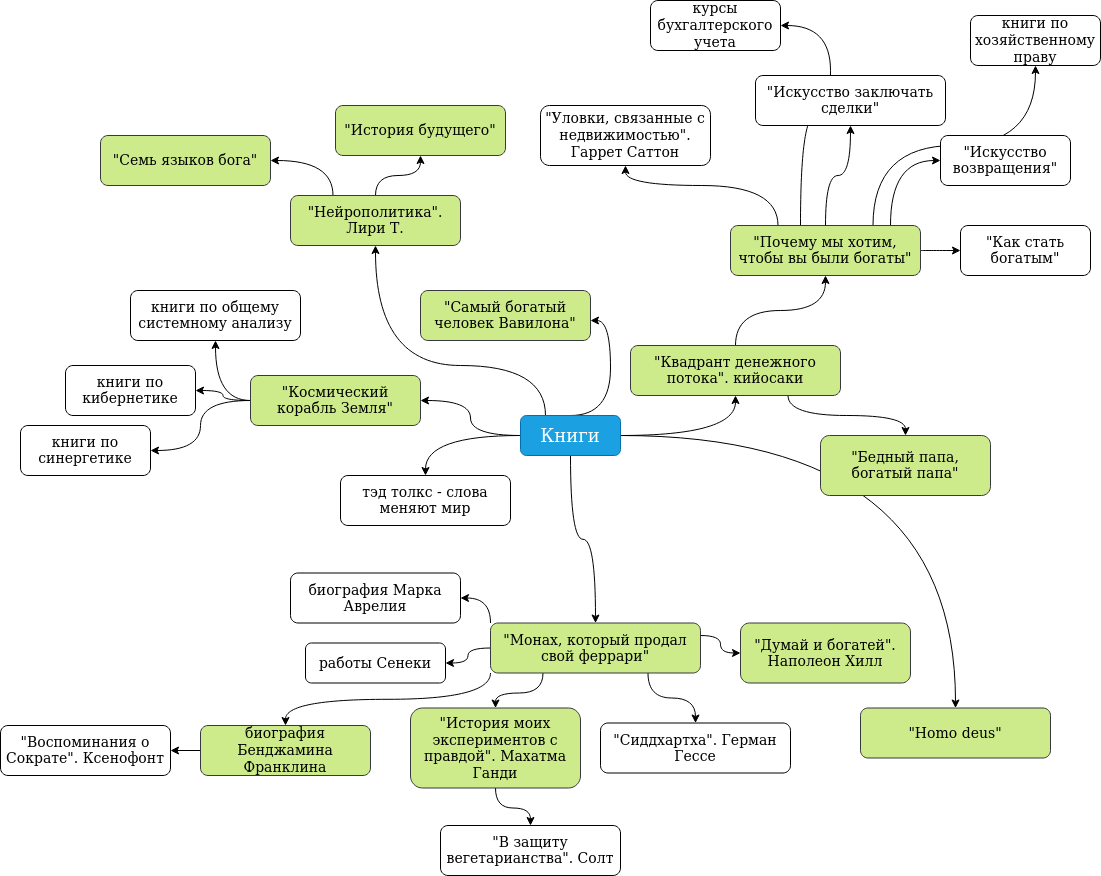
Above: books.png in Sagleft/book-mindmaps (draw.io), before the change. Source tidied: cells renumbered, new cells last; positions are measured from the earlier drawing's top-left corner, leaving out a move shared by most shapes.
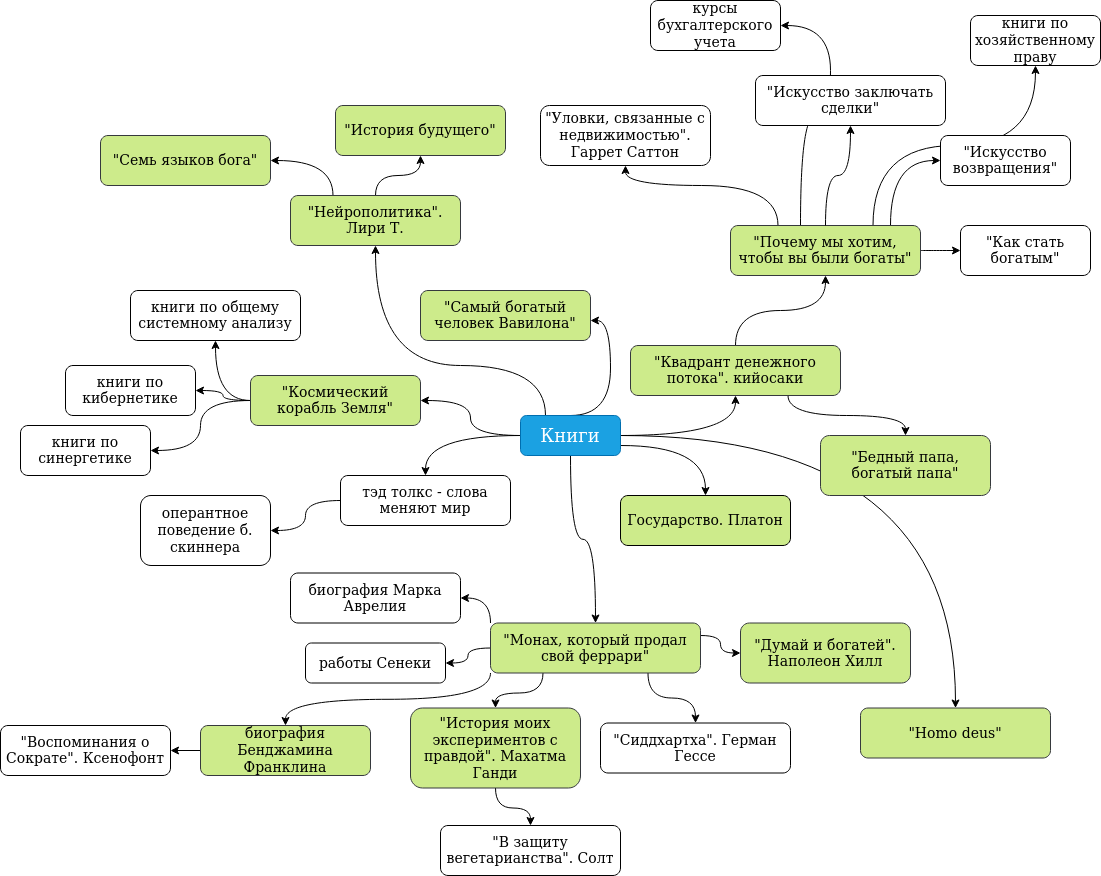
Later version of the same file.

What changed in the source:
```diff
@@ -33,6 +33,12 @@
     <mxCell id="8" style="edgeStyle=orthogonalEdgeStyle;jettySize=auto;html=1;curved=1;" parent="1" edge="1" source="9" target="58">
       <mxGeometry relative="1" as="geometry" />
     </mxCell>
+    <mxCell id="59" style="edgeStyle=orthogonalEdgeStyle;jettySize=auto;html=1;curved=1;" parent="1" edge="1" source="58" target="61">
+      <mxGeometry relative="1" as="geometry" />
+    </mxCell>
+    <mxCell id="60" style="edgeStyle=orthogonalEdgeStyle;curved=1;jettySize=auto;html=1;exitX=1;exitY=0.75;exitDx=0;exitDy=0;" parent="1" edge="1" source="9" target="62">
+      <mxGeometry relative="1" as="geometry" />
+    </mxCell>
     <mxCell id="9" value="Книги" style="whiteSpace=wrap;html=1;fontSize=18;rounded=1;fillColor=#1ba1e2;strokeColor=#006EAF;fontColor=#ffffff;" parent="1" vertex="1">
       <mxGeometry x="520" y="415" width="100" height="40" as="geometry" />
     </mxCell>
@@ -198,5 +204,11 @@
     <mxCell id="58" value="тэд толкс - слова меняют мир" style="whiteSpace=wrap;html=1;fontSize=14;rounded=1;" parent="1" vertex="1">
       <mxGeometry x="340" y="475" width="170" height="50" as="geometry" />
     </mxCell>
+    <mxCell id="61" value="оперантное поведение б. скиннера" style="whiteSpace=wrap;html=1;fontSize=14;rounded=1;" parent="1" vertex="1">
+      <mxGeometry x="140" y="495" width="130" height="70" as="geometry" />
+    </mxCell>
+    <mxCell id="62" value="Государство. Платон" style="whiteSpace=wrap;html=1;fontSize=14;rounded=1;fillColor=#CDEB8B;" parent="1" vertex="1">
+      <mxGeometry x="620" y="495" width="170" height="50" as="geometry" />
+    </mxCell>
   </root>
 </mxGraphModel>
```
